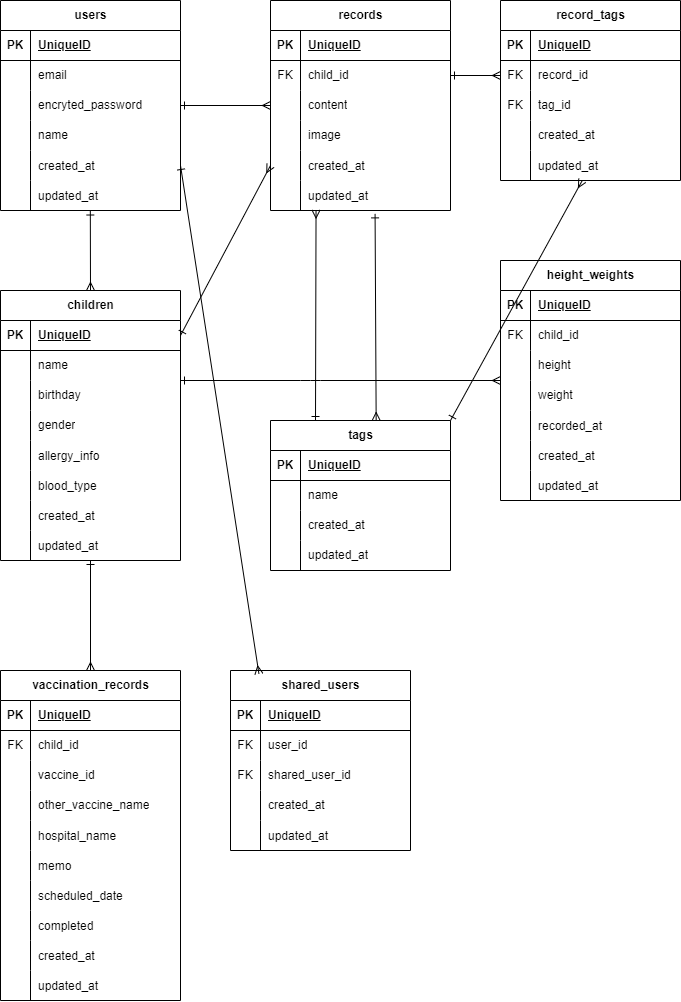
The draw.io diagram .drawio.png in sayaka-mi/kids-journal, before a commit. Source tidied: cells renumbered, new cells last; positions are measured from the earlier drawing's top-left corner, leaving out a move shared by most shapes.
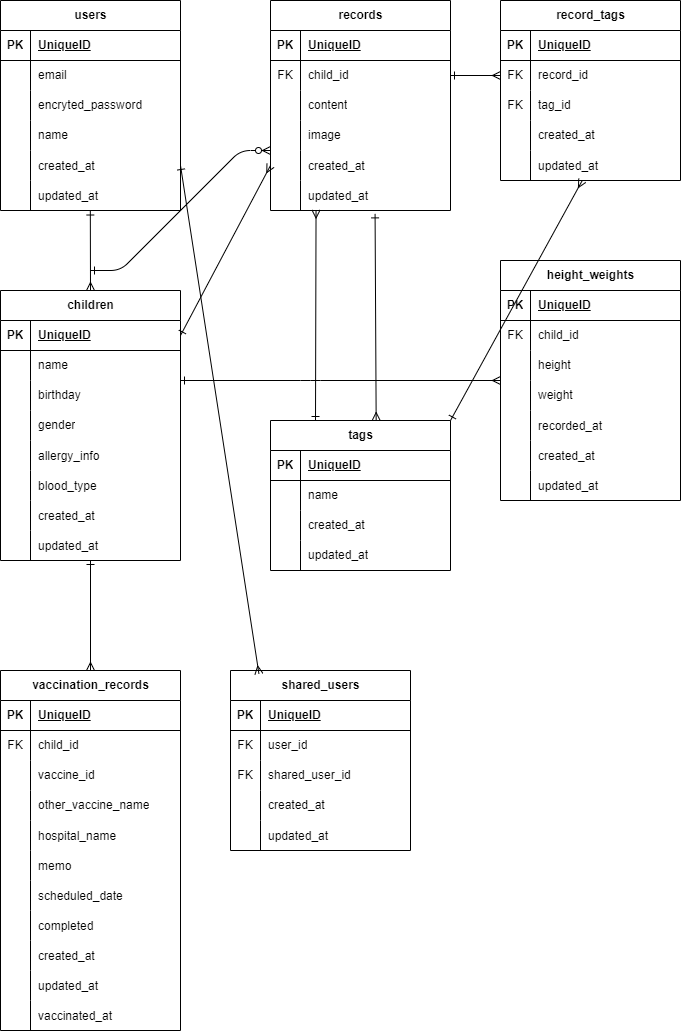
Above is the later version.

What changed in the source:
```diff
@@ -345,7 +345,7 @@
       <mxGeometry x="30" width="150" height="30" as="geometry" />
     </mxCell>
     <mxCell id="116" value="vaccination_records" style="shape=table;startSize=30;rowLines=0;fontStyle=1;align=center;html=1;" parent="1" vertex="1">
-      <mxGeometry y="670" width="180" height="330" as="geometry" />
+      <mxGeometry y="670" width="180" height="360" as="geometry" />
     </mxCell>
     <mxCell id="117" style="shape=tableRow;horizontal=0;startSize=0;swimlaneHead=0;swimlaneBody=0;fillColor=none;top=0;left=0;right=0;bottom=1;" parent="116" vertex="1">
       <mxGeometry y="30" width="180" height="30" as="geometry" />
@@ -437,6 +437,15 @@
     <mxCell id="146" value="updated_at" style="shape=partialRectangle;fillColor=none;top=0;left=0;bottom=0;right=0;align=left;spacingLeft=6;overflow=hidden;" parent="144" vertex="1">
       <mxGeometry x="30" width="150" height="30" as="geometry" />
     </mxCell>
+    <mxCell id="173" style="shape=tableRow;horizontal=0;startSize=0;swimlaneHead=0;swimlaneBody=0;fillColor=none;top=0;left=0;right=0;bottom=0;" parent="116" vertex="1">
+      <mxGeometry y="330" width="180" height="30" as="geometry" />
+    </mxCell>
+    <mxCell id="174" style="shape=partialRectangle;fillColor=none;top=0;left=0;bottom=0;right=0;overflow=hidden;" parent="173" vertex="1">
+      <mxGeometry width="30" height="30" as="geometry" />
+    </mxCell>
+    <mxCell id="175" value="vaccinated_at" style="shape=partialRectangle;fillColor=none;top=0;left=0;bottom=0;right=0;align=left;spacingLeft=6;overflow=hidden;" parent="173" vertex="1">
+      <mxGeometry x="30" width="150" height="30" as="geometry" />
+    </mxCell>
     <mxCell id="147" value="shared_users" style="shape=table;startSize=30;rowLines=0;fontStyle=1;align=center;html=1;" parent="1" vertex="1">
       <mxGeometry x="230" y="670" width="180" height="180" as="geometry" />
     </mxCell>
@@ -485,12 +494,9 @@
     <mxCell id="162" value="updated_at" style="shape=partialRectangle;fillColor=none;top=0;left=0;bottom=0;right=0;align=left;spacingLeft=6;overflow=hidden;" parent="160" vertex="1">
       <mxGeometry x="30" width="150" height="30" as="geometry" />
     </mxCell>
-    <mxCell id="163" style="edgeStyle=none;html=1;startArrow=ERone;startFill=0;endArrow=ERmany;endFill=0;exitX=0.499;exitY=1.017;exitDx=0;exitDy=0;exitPerimeter=0;entryX=0.5;entryY=0;entryDx=0;entryDy=0;" parent="1" edge="1" source="18" target="21">
+    <mxCell id="163" style="html=1;startArrow=ERone;startFill=0;endArrow=ERmany;endFill=0;exitX=0.499;exitY=1.017;exitDx=0;exitDy=0;exitPerimeter=0;entryX=0.5;entryY=0;entryDx=0;entryDy=0;" parent="1" edge="1" source="18" target="21">
       <mxGeometry relative="1" as="geometry" />
     </mxCell>
-    <mxCell id="164" style="edgeStyle=none;html=1;exitX=1;exitY=0.5;exitDx=0;exitDy=0;entryX=0;entryY=0.5;entryDx=0;entryDy=0;startArrow=ERone;startFill=0;endArrow=ERmany;endFill=0;" parent="1" edge="1" source="9" target="53">
-      <mxGeometry relative="1" as="geometry" />
-    </mxCell>
     <mxCell id="165" style="edgeStyle=none;html=1;exitX=1;exitY=0.5;exitDx=0;exitDy=0;entryX=0;entryY=0.5;entryDx=0;entryDy=0;startArrow=ERone;startFill=0;endArrow=ERmany;endFill=0;" parent="1" edge="1" source="22" target="59">
       <mxGeometry relative="1" as="geometry" />
     </mxCell>
@@ -521,5 +527,17 @@
     <mxCell id="172" style="edgeStyle=none;html=1;exitX=1;exitY=0.5;exitDx=0;exitDy=0;entryX=0.158;entryY=0.019;entryDx=0;entryDy=0;entryPerimeter=0;startArrow=ERone;startFill=0;endArrow=ERmany;endFill=0;" parent="1" edge="1" source="15" target="147">
       <mxGeometry relative="1" as="geometry" />
     </mxCell>
+    <mxCell id="176" style="edgeStyle=entityRelationEdgeStyle;fontSize=12;html=1;endArrow=ERzeroToMany;endFill=1;startArrow=ERone;startFill=0;" parent="1" edge="1">
+      <mxGeometry relative="1" as="geometry">
+        <mxPoint x="90" y="270" as="sourcePoint" />
+        <mxPoint x="270" y="150" as="targetPoint" />
+        <Array as="points">
+          <mxPoint x="130" y="250" />
+          <mxPoint x="210" y="210" />
+          <mxPoint x="200" y="230" />
+          <mxPoint x="200" y="240" />
+        </Array>
+      </mxGeometry>
+    </mxCell>
   </root>
 </mxGraphModel>
```
